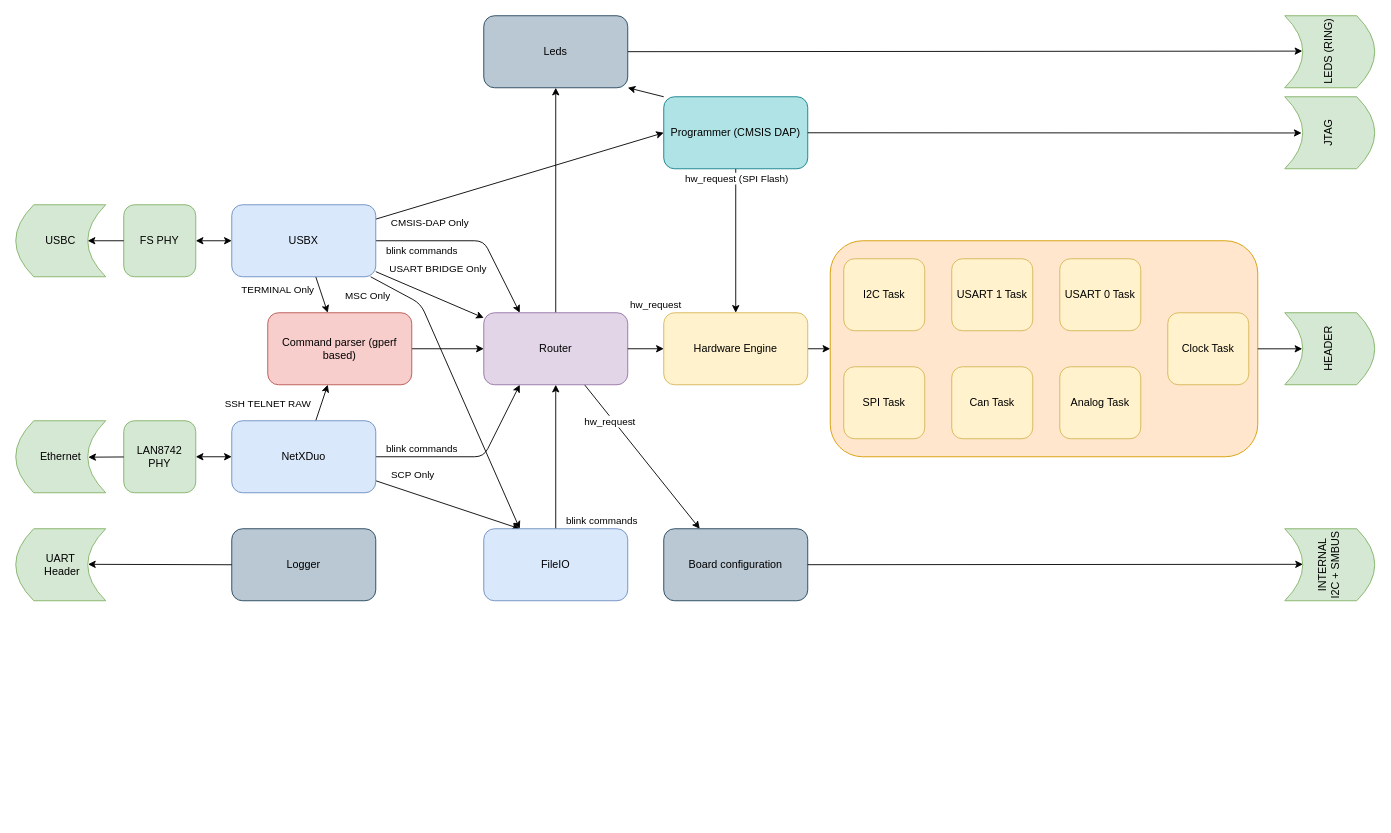
lheywang/EtherBench keeps this draw.io diagram as src/tasks.drawio. Above is the earlier version. Source tidied: cells renumbered, new cells numbered last; positions are measured from the earlier drawing's top-left corner, leaving out a move shared by most shapes. Both pictures are drawn from the tidied source at 90%, with x=0, y=0 at pixel (15, 15).
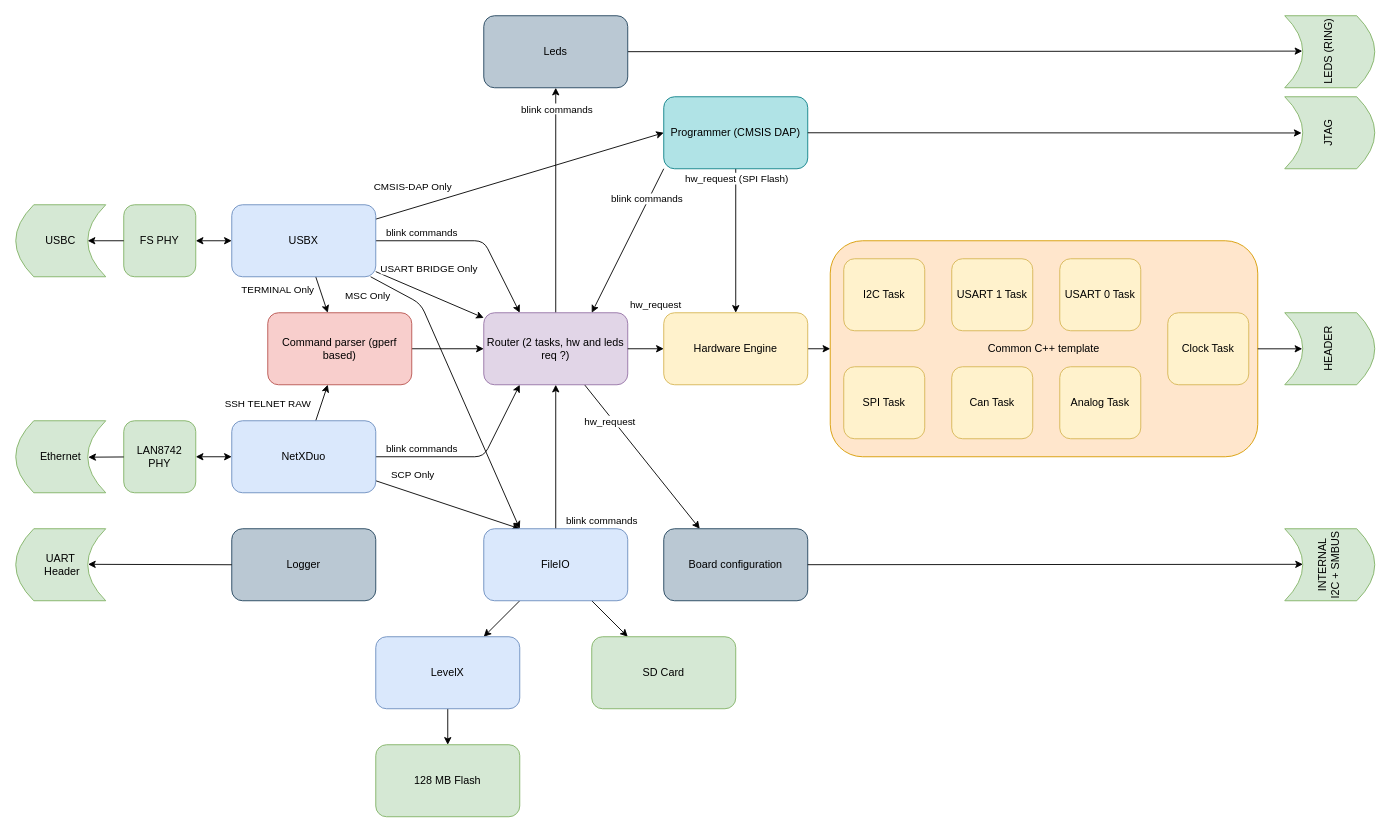
After the change.

The change refers to these unchanged cells:
```xml
<mxCell id="7" style="edgeStyle=none;html=1;entryX=0;entryY=0.5;entryDx=0;entryDy=0;" parent="1" edge="1" source="13" target="41">
  <mxGeometry relative="1" as="geometry" />
</mxCell>
<mxCell id="11" style="edgeStyle=none;html=1;entryX=0.25;entryY=0;entryDx=0;entryDy=0;" parent="1" edge="1" source="13" target="29">
  <mxGeometry relative="1" as="geometry">
    <Array as="points">
      <mxPoint x="520" y="250" />
    </Array>
  </mxGeometry>
</mxCell>
<mxCell id="41" value="Programmer (CMSIS DAP)" style="rounded=1;whiteSpace=wrap;html=1;fillColor=#b0e3e6;strokeColor=#0e8088;" parent="1" vertex="1">
  <mxGeometry x="720" y="90" width="160" height="80" as="geometry" />
</mxCell>
<mxCell id="47" value="FileIO" style="rounded=1;whiteSpace=wrap;html=1;fillColor=#dae8fc;strokeColor=#6c8ebf;" parent="1" vertex="1">
  <mxGeometry x="520" y="570" width="160" height="80" as="geometry" />
</mxCell>
<mxCell id="57" value="Leds" style="rounded=1;whiteSpace=wrap;html=1;fillColor=#bac8d3;strokeColor=#23445d;" parent="1" vertex="1">
  <mxGeometry x="520" width="160" height="80" as="geometry" />
</mxCell>
```

The edit, as a diff of the source:
```diff
@@
-    <mxCell id="2" style="rounded=1;whiteSpace=wrap;html=1;fillColor=#ffe6cc;strokeColor=#d79b00;" parent="1" vertex="1">
+    <mxCell id="2" value="Common C++ template" style="rounded=1;whiteSpace=wrap;html=1;fillColor=#ffe6cc;strokeColor=#d79b00;" parent="1" vertex="1">
       <mxGeometry x="905" y="250" width="475" height="240" as="geometry" />
     </mxCell>
@@
     <mxCell id="8" value="CMSIS-DAP Only" style="edgeLabel;html=1;align=center;verticalAlign=middle;" parent="7" vertex="1">
       <mxGeometry x="-0.83" relative="1" as="geometry">
-        <mxPoint x="33" y="12" as="offset" />
+        <mxPoint x="14" y="-28" as="offset" />
       </mxGeometry>
     </mxCell>
@@
     <mxCell id="12" value="blink commands" style="edgeLabel;html=1;align=center;verticalAlign=middle;" parent="11" vertex="1">
       <mxGeometry x="-0.63" relative="1" as="geometry">
-        <mxPoint x="11" y="10" as="offset" />
+        <mxPoint x="11" y="-10" as="offset" />
       </mxGeometry>
     </mxCell>
@@
-    <mxCell id="29" value="Router" style="rounded=1;whiteSpace=wrap;html=1;fillColor=#e1d5e7;strokeColor=#9673a6;" parent="1" vertex="1">
+    <mxCell id="29" value="Router (2 tasks, hw and leds req ?)" style="rounded=1;whiteSpace=wrap;html=1;fillColor=#e1d5e7;strokeColor=#9673a6;" parent="1" vertex="1">
       <mxGeometry x="520" y="330" width="160" height="80" as="geometry" />
     </mxCell>
@@
-    <mxCell id="40" style="edgeStyle=none;html=1;exitX=0;exitY=0;exitDx=0;exitDy=0;entryX=1;entryY=1;entryDx=0;entryDy=0;" parent="1" edge="1" source="41" target="57">
-      <mxGeometry relative="1" as="geometry" />
-    </mxCell>
+    <mxCell id="66" style="edgeStyle=none;html=1;exitX=0;exitY=1;exitDx=0;exitDy=0;entryX=0.75;entryY=0;entryDx=0;entryDy=0;" parent="1" edge="1" source="41" target="29">
+      <mxGeometry relative="1" as="geometry" />
+    </mxCell>
@@
     <mxCell id="44" value="USART BRIDGE Only" style="edgeLabel;html=1;align=center;verticalAlign=middle;" parent="1" vertex="1">
-      <mxGeometry x="470" y="280" as="geometry">
+      <mxGeometry x="460" y="280" as="geometry">
         <mxPoint x="-2" as="offset" />
       </mxGeometry>
     </mxCell>
@@
+    <mxCell id="67" style="edgeStyle=none;html=1;entryX=0.75;entryY=0;entryDx=0;entryDy=0;" parent="1" edge="1" source="47" target="72">
+      <mxGeometry relative="1" as="geometry" />
+    </mxCell>
+    <mxCell id="68" style="edgeStyle=none;html=1;" parent="1" edge="1" source="47" target="73">
+      <mxGeometry relative="1" as="geometry" />
+    </mxCell>
@@
+    <mxCell id="69" value="&lt;span style=&quot;color: rgb(0, 0, 0); font-family: Helvetica; font-size: 11px; font-style: normal; font-variant-ligatures: normal; font-variant-caps: normal; font-weight: 400; letter-spacing: normal; orphans: 2; text-align: center; text-indent: 0px; text-transform: none; widows: 2; word-spacing: 0px; -webkit-text-stroke-width: 0px; white-space: nowrap; background-color: rgb(255, 255, 255); text-decoration-thickness: initial; text-decoration-style: initial; text-decoration-color: initial; display: inline !important; float: none;&quot;&gt;blink commands&lt;/span&gt;" style="text;whiteSpace=wrap;html=1;" parent="1" vertex="1">
+      <mxGeometry x="560" y="90" width="110" height="40" as="geometry" />
+    </mxCell>
+    <mxCell id="70" value="&lt;span style=&quot;color: rgb(0, 0, 0); font-family: Helvetica; font-size: 11px; font-style: normal; font-variant-ligatures: normal; font-variant-caps: normal; font-weight: 400; letter-spacing: normal; orphans: 2; text-align: center; text-indent: 0px; text-transform: none; widows: 2; word-spacing: 0px; -webkit-text-stroke-width: 0px; white-space: nowrap; background-color: rgb(255, 255, 255); text-decoration-thickness: initial; text-decoration-style: initial; text-decoration-color: initial; display: inline !important; float: none;&quot;&gt;blink commands&lt;/span&gt;" style="text;whiteSpace=wrap;html=1;" parent="1" vertex="1">
+      <mxGeometry x="660" y="190" width="110" height="40" as="geometry" />
+    </mxCell>
+    <mxCell id="71" style="edgeStyle=none;html=1;entryX=0.5;entryY=0;entryDx=0;entryDy=0;" parent="1" edge="1" source="72" target="74">
+      <mxGeometry relative="1" as="geometry" />
+    </mxCell>
+    <mxCell id="72" value="LevelX" style="rounded=1;whiteSpace=wrap;html=1;fillColor=#dae8fc;strokeColor=#6c8ebf;" parent="1" vertex="1">
+      <mxGeometry x="400" y="690" width="160" height="80" as="geometry" />
+    </mxCell>
+    <mxCell id="73" value="SD Card" style="rounded=1;whiteSpace=wrap;html=1;fillColor=#d5e8d4;strokeColor=#82b366;" parent="1" vertex="1">
+      <mxGeometry x="640" y="690" width="160" height="80" as="geometry" />
+    </mxCell>
+    <mxCell id="74" value="128 MB Flash" style="rounded=1;whiteSpace=wrap;html=1;fillColor=#d5e8d4;strokeColor=#82b366;" parent="1" vertex="1">
+      <mxGeometry x="400" y="810" width="160" height="80" as="geometry" />
+    </mxCell>
```
